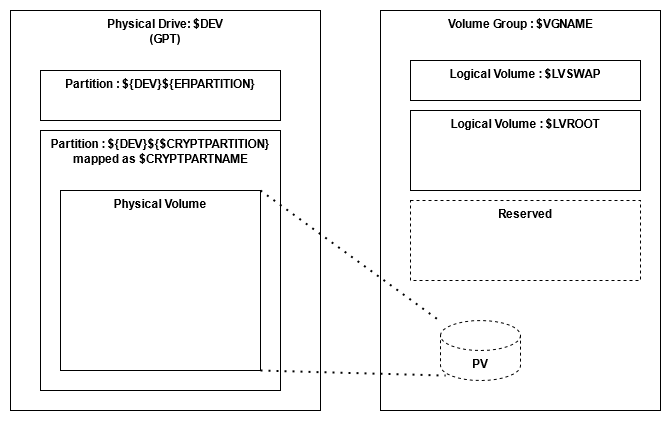
The draw.io diagram image/partition_diagram_0.png in suikan4github/kaiten-yaki, before a commit. Source tidied: cells renumbered, new cells last; positions are measured from the earlier drawing's top-left corner, leaving out a move shared by most shapes.
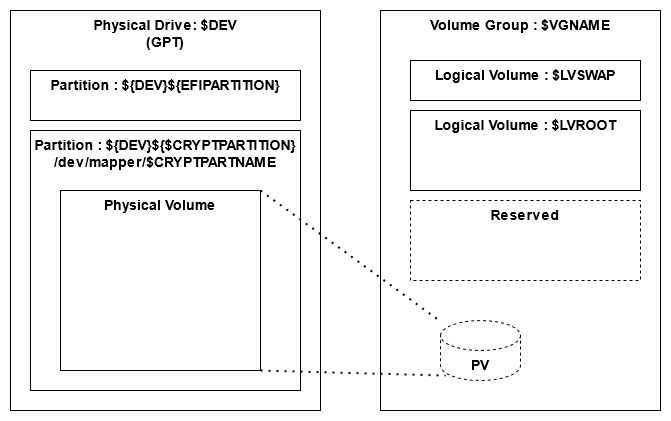
The same diagram one commit later.

The edit, as a diff of the source:
```diff
@@ -2,37 +2,37 @@
   <root>
     <mxCell id="0" />
     <mxCell id="1" parent="0" />
-    <mxCell id="2" value="&lt;div&gt;Physical Drive: $DEV&lt;/div&gt;&lt;div&gt;(GPT)&lt;br&gt;&lt;/div&gt;" style="rounded=0;whiteSpace=wrap;html=1;verticalAlign=top;align=center;fontStyle=1;" parent="1" vertex="1">
+    <mxCell id="2" value="&lt;div style=&quot;font-size: 14px;&quot;&gt;Physical Drive: $DEV&lt;/div&gt;&lt;div style=&quot;font-size: 14px;&quot;&gt;(GPT)&lt;br style=&quot;font-size: 14px;&quot;&gt;&lt;/div&gt;" style="rounded=0;whiteSpace=wrap;html=1;verticalAlign=top;align=center;fontStyle=1;fontSize=14;" parent="1" vertex="1">
       <mxGeometry width="310" height="400" as="geometry" />
     </mxCell>
-    <mxCell id="3" value="Partition : ${DEV}${EFIPARTITION}" style="rounded=0;whiteSpace=wrap;html=1;verticalAlign=top;align=center;fontStyle=1;" parent="1" vertex="1">
-      <mxGeometry x="30" y="60" width="240" height="50" as="geometry" />
+    <mxCell id="3" value="Partition : ${DEV}${EFIPARTITION}" style="rounded=0;whiteSpace=wrap;html=1;verticalAlign=top;align=center;fontStyle=1;fontSize=14;" parent="1" vertex="1">
+      <mxGeometry x="20" y="60" width="270" height="50" as="geometry" />
     </mxCell>
-    <mxCell id="4" value="&lt;div&gt;Partition : ${DEV}${$CRYPTPARTITION}&lt;/div&gt;&lt;div&gt;mapped as $CRYPTPARTNAME&lt;/div&gt;&lt;div&gt;&lt;br&gt;&lt;/div&gt;" style="rounded=0;whiteSpace=wrap;html=1;verticalAlign=top;align=center;fontStyle=1;" parent="1" vertex="1">
-      <mxGeometry x="30" y="120" width="240" height="260" as="geometry" />
+    <mxCell id="4" value="&lt;div style=&quot;font-size: 14px&quot;&gt;Partition : ${DEV}${$CRYPTPARTITION}&lt;/div&gt;&lt;div style=&quot;font-size: 14px&quot;&gt;/dev/mapper/$CRYPTPARTNAME&lt;/div&gt;&lt;div style=&quot;font-size: 14px&quot;&gt;&lt;br style=&quot;font-size: 14px&quot;&gt;&lt;/div&gt;" style="rounded=0;whiteSpace=wrap;html=1;verticalAlign=top;align=center;fontStyle=1;fontSize=14;" parent="1" vertex="1">
+      <mxGeometry x="20" y="120" width="270" height="260" as="geometry" />
     </mxCell>
-    <mxCell id="5" value="Physical Volume" style="rounded=0;whiteSpace=wrap;html=1;verticalAlign=top;fontStyle=1;" parent="1" vertex="1">
+    <mxCell id="5" value="Physical Volume" style="rounded=0;whiteSpace=wrap;html=1;verticalAlign=top;fontStyle=1;fontSize=14;" parent="1" vertex="1">
       <mxGeometry x="50" y="180" width="200" height="180" as="geometry" />
     </mxCell>
-    <mxCell id="6" value="&lt;div&gt;Volume Group : $VGNAME&lt;br&gt;&lt;/div&gt;" style="rounded=0;whiteSpace=wrap;html=1;verticalAlign=top;fontStyle=1;" parent="1" vertex="1">
+    <mxCell id="6" value="&lt;div style=&quot;font-size: 14px;&quot;&gt;Volume Group : $VGNAME&lt;br style=&quot;font-size: 14px;&quot;&gt;&lt;/div&gt;" style="rounded=0;whiteSpace=wrap;html=1;verticalAlign=top;fontStyle=1;fontSize=14;" parent="1" vertex="1">
       <mxGeometry x="370" width="280" height="400" as="geometry" />
     </mxCell>
-    <mxCell id="7" value="&lt;div&gt;Logical Volume : $LVSWAP&lt;br&gt;&lt;/div&gt;" style="rounded=0;whiteSpace=wrap;html=1;verticalAlign=top;fontStyle=1;" parent="1" vertex="1">
+    <mxCell id="7" value="&lt;div style=&quot;font-size: 14px;&quot;&gt;Logical Volume : $LVSWAP&lt;br style=&quot;font-size: 14px;&quot;&gt;&lt;/div&gt;" style="rounded=0;whiteSpace=wrap;html=1;verticalAlign=top;fontStyle=1;fontSize=14;" parent="1" vertex="1">
       <mxGeometry x="400" y="50" width="230" height="40" as="geometry" />
     </mxCell>
-    <mxCell id="8" value="&lt;div&gt;Logical Volume : $LVROOT&lt;/div&gt;" style="rounded=0;whiteSpace=wrap;html=1;verticalAlign=top;fontStyle=1;" parent="1" vertex="1">
+    <mxCell id="8" value="&lt;div style=&quot;font-size: 14px;&quot;&gt;Logical Volume : $LVROOT&lt;/div&gt;" style="rounded=0;whiteSpace=wrap;html=1;verticalAlign=top;fontStyle=1;fontSize=14;" parent="1" vertex="1">
       <mxGeometry x="400" y="100" width="230" height="80" as="geometry" />
     </mxCell>
-    <mxCell id="9" value="PV" style="shape=cylinder3;whiteSpace=wrap;html=1;boundedLbl=1;backgroundOutline=1;size=15;dashed=1;verticalAlign=top;fontStyle=1;" parent="1" vertex="1">
+    <mxCell id="9" value="PV" style="shape=cylinder3;whiteSpace=wrap;html=1;boundedLbl=1;backgroundOutline=1;size=15;dashed=1;verticalAlign=top;fontStyle=1;fontSize=14;" parent="1" vertex="1">
       <mxGeometry x="430" y="310" width="80" height="60" as="geometry" />
     </mxCell>
-    <mxCell id="10" value="Reserved" style="rounded=0;whiteSpace=wrap;html=1;verticalAlign=top;dashed=1;fontStyle=1;" parent="1" vertex="1">
+    <mxCell id="10" value="Reserved" style="rounded=0;whiteSpace=wrap;html=1;verticalAlign=top;dashed=1;fontStyle=1;fontSize=14;" parent="1" vertex="1">
       <mxGeometry x="400" y="190" width="230" height="80" as="geometry" />
     </mxCell>
-    <mxCell id="11" style="endArrow=none;dashed=1;html=1;dashPattern=1 3;strokeWidth=2;exitX=1;exitY=0;exitDx=0;exitDy=0;fontStyle=1;" parent="1" edge="1" source="5" target="9">
+    <mxCell id="11" style="endArrow=none;dashed=1;html=1;dashPattern=1 3;strokeWidth=2;exitX=1;exitY=0;exitDx=0;exitDy=0;fontStyle=1;fontSize=14;" parent="1" edge="1" source="5" target="9">
       <mxGeometry relative="1" as="geometry" />
     </mxCell>
-    <mxCell id="12" style="endArrow=none;dashed=1;html=1;dashPattern=1 3;strokeWidth=2;exitX=1;exitY=1;exitDx=0;exitDy=0;entryX=0.063;entryY=0.917;entryDx=0;entryDy=0;entryPerimeter=0;fontStyle=1;" parent="1" edge="1" source="5" target="9">
+    <mxCell id="12" style="endArrow=none;dashed=1;html=1;dashPattern=1 3;strokeWidth=2;exitX=1;exitY=1;exitDx=0;exitDy=0;entryX=0.063;entryY=0.917;entryDx=0;entryDy=0;entryPerimeter=0;fontStyle=1;fontSize=14;" parent="1" edge="1" source="5" target="9">
       <mxGeometry relative="1" as="geometry" />
     </mxCell>
   </root>
```
